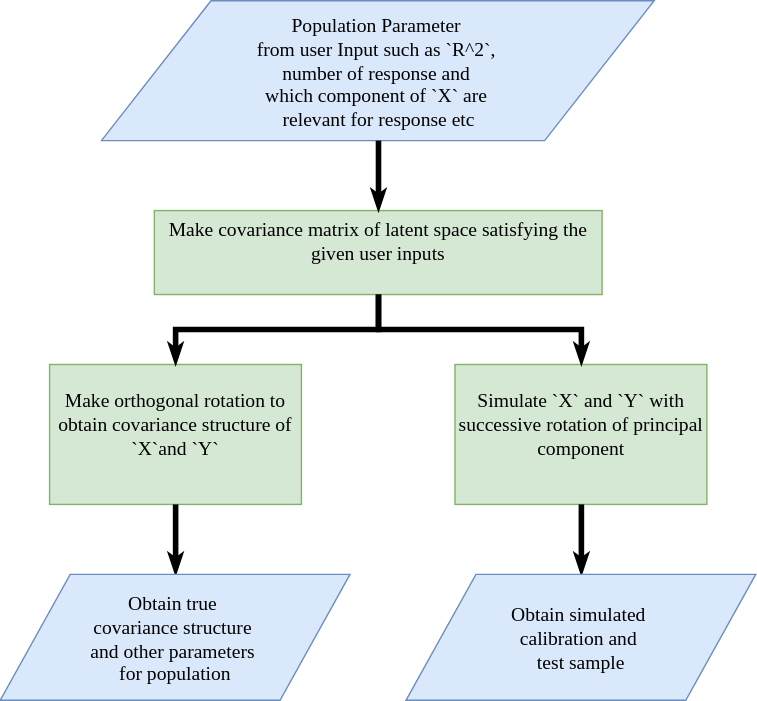
This is images/simrel-broad-flowchart.svg from Mathatistics/nsm-17, a draw.io export, as it was before one commit. Source tidied: cells renumbered, new cells last; positions are measured from the earlier drawing's top-left corner, leaving out a move shared by most shapes.
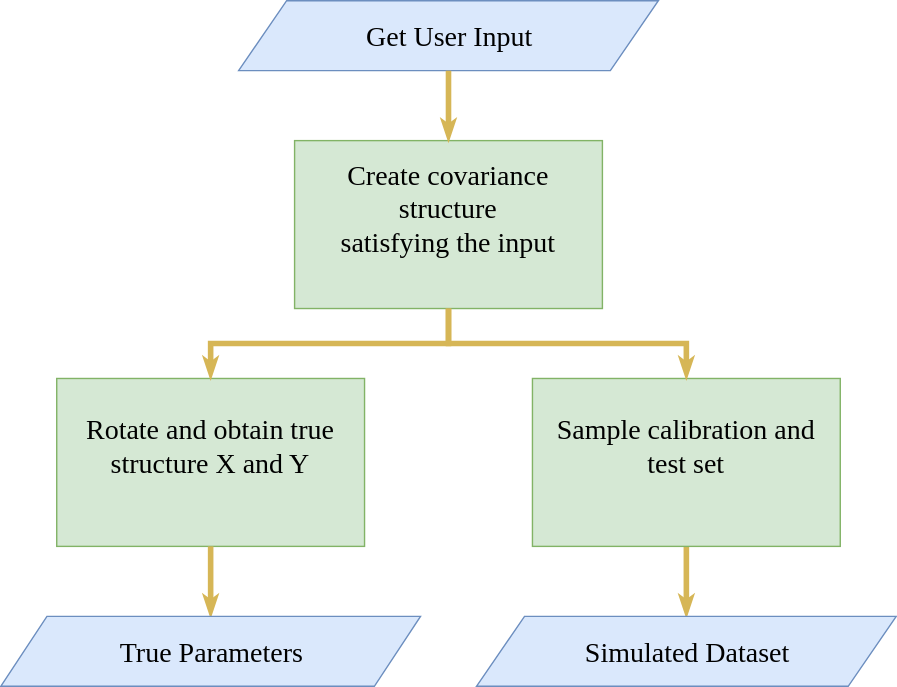
Later version of the same file.

Diff of the diagram source:
```diff
@@ -1,39 +1,39 @@
-<mxGraphModel math="1">
+<mxGraphModel>
   <root>
     <mxCell id="0" />
     <mxCell id="1" parent="0" />
-    <mxCell id="2" value="Population Parameter &#10;from user Input such as `R^2`, &#10;number of response and &#10;which component of `X` are &#10;relevant for response etc" style="shape=parallelogram;whiteSpace=wrap;rounded=0;shadow=0;glass=0;comic=0;labelBackgroundColor=none;strokeColor=#6c8ebf;fillColor=#dae8fc;fontFamily=Lucida Console;fontSize=14;fontColor=#000000;align=center;verticalAlign=middle;size=0.19816331595929523;" parent="1" vertex="1">
-      <mxGeometry x="72" width="395" height="100" as="geometry" />
-    </mxCell>
-    <mxCell id="3" value="Make covariance matrix of latent space satisfying the given user inputs" style="whiteSpace=wrap;html=1;rounded=0;shadow=0;glass=0;comic=0;labelBackgroundColor=none;strokeColor=#82b366;fillColor=#d5e8d4;fontFamily=Lucida Console;fontSize=14;fontColor=#000000;align=center;" parent="1" vertex="1">
-      <mxGeometry x="109.8" y="150" width="320" height="60" as="geometry" />
-    </mxCell>
-    <mxCell id="4" value="Make orthogonal rotation to obtain covariance structure of `X`and `Y`" style="whiteSpace=wrap;html=1;rounded=0;shadow=0;glass=0;comic=0;labelBackgroundColor=none;strokeColor=#82b366;fillColor=#d5e8d4;fontFamily=Lucida Console;fontSize=14;fontColor=#000000;align=center;" parent="1" vertex="1">
-      <mxGeometry x="34.9" y="260" width="180" height="100" as="geometry" />
-    </mxCell>
-    <mxCell id="5" value="Simulate `X` and `Y` with successive rotation of principal component" style="whiteSpace=wrap;html=1;rounded=0;shadow=0;glass=0;comic=0;labelBackgroundColor=none;strokeColor=#82b366;fillColor=#d5e8d4;fontFamily=Lucida Console;fontSize=14;fontColor=#000000;align=center;" parent="1" vertex="1">
-      <mxGeometry x="324.7" y="260" width="180" height="100" as="geometry" />
-    </mxCell>
-    <mxCell id="6" style="edgeStyle=orthogonalEdgeStyle;rounded=0;comic=0;html=1;entryX=0.5;entryY=0;startSize=3;endArrow=classicThin;endFill=1;endSize=3;jettySize=auto;strokeColor=#000000;strokeWidth=4;fillColor=#A9C4EB;fontFamily=Lucida Console;fontSize=22;fontColor=#000000;" parent="1" edge="1" source="2" target="3">
-      <mxGeometry relative="1" as="geometry" />
-    </mxCell>
-    <mxCell id="7" style="edgeStyle=orthogonalEdgeStyle;rounded=0;comic=0;html=1;entryX=0.5;entryY=0;startSize=3;endArrow=classicThin;endFill=1;endSize=3;jettySize=auto;strokeColor=#000000;strokeWidth=4;fillColor=#A9C4EB;fontFamily=Lucida Console;fontSize=22;fontColor=#000000;" parent="1" edge="1" source="3" target="4">
-      <mxGeometry relative="1" as="geometry" />
-    </mxCell>
-    <mxCell id="8" style="edgeStyle=orthogonalEdgeStyle;rounded=0;comic=0;html=1;exitX=0.5;exitY=1;entryX=0.5;entryY=0;startSize=3;endArrow=classicThin;endFill=1;endSize=3;jettySize=auto;strokeColor=#000000;strokeWidth=4;fillColor=#A9C4EB;fontFamily=Lucida Console;fontSize=22;fontColor=#000000;" parent="1" edge="1" source="3" target="5">
-      <mxGeometry relative="1" as="geometry" />
-    </mxCell>
-    <mxCell id="9" style="edgeStyle=orthogonalEdgeStyle;rounded=0;comic=0;html=1;entryX=0.5;entryY=0;startSize=3;endArrow=classicThin;endFill=1;endSize=3;jettySize=auto;strokeColor=#000000;strokeWidth=4;fillColor=#A9C4EB;fontFamily=Lucida Console;fontSize=22;fontColor=#000000;" parent="1" edge="1" source="4" target="11">
-      <mxGeometry relative="1" as="geometry" />
-    </mxCell>
-    <mxCell id="10" style="edgeStyle=orthogonalEdgeStyle;rounded=0;comic=0;html=1;entryX=0.5;entryY=0;startSize=3;endArrow=classicThin;endFill=1;endSize=3;jettySize=auto;strokeColor=#000000;strokeWidth=4;fillColor=#A9C4EB;fontFamily=Lucida Console;fontSize=22;fontColor=#000000;" parent="1" edge="1" source="5" target="12">
-      <mxGeometry relative="1" as="geometry" />
-    </mxCell>
-    <mxCell id="11" value="Obtain&amp;nbsp;&lt;span&gt;true&amp;nbsp;&lt;/span&gt;&lt;div&gt;&lt;span&gt;covariance structure&amp;nbsp;&lt;/span&gt;&lt;/div&gt;&lt;div&gt;&lt;span&gt;and other parameters&amp;nbsp;&lt;/span&gt;&lt;/div&gt;&lt;div&gt;&lt;span&gt;for population&lt;/span&gt;&lt;/div&gt;" style="shape=parallelogram;whiteSpace=wrap;html=1;rounded=0;shadow=0;glass=0;comic=0;labelBackgroundColor=none;strokeColor=#6c8ebf;fillColor=#dae8fc;fontFamily=Lucida Console;fontSize=14;fontColor=#000000;align=center;" parent="1" vertex="1">
-      <mxGeometry x="-0.4" y="410" width="250" height="90" as="geometry" />
-    </mxCell>
-    <mxCell id="12" value="Obtain simulated&amp;nbsp;&lt;div&gt;calibration and&amp;nbsp;&lt;/div&gt;&lt;div&gt;test sample&lt;/div&gt;" style="shape=parallelogram;whiteSpace=wrap;html=1;rounded=0;shadow=0;glass=0;comic=0;labelBackgroundColor=none;strokeColor=#6c8ebf;fillColor=#dae8fc;fontFamily=Lucida Console;fontSize=14;fontColor=#000000;align=center;" parent="1" vertex="1">
-      <mxGeometry x="289.6" y="410" width="250" height="90" as="geometry" />
-    </mxCell>
+    <mxCell id="13" value="Get User Input" style="shape=parallelogram;whiteSpace=wrap;rounded=0;shadow=0;glass=0;comic=0;labelBackgroundColor=none;strokeColor=#6c8ebf;fillColor=#dae8fc;fontFamily=Lucida Console;fontSize=20;fontColor=#000000;align=center;verticalAlign=middle;size=0.11444444444444445;" parent="1" vertex="1">
+      <mxGeometry x="137" y="44" width="300" height="50" as="geometry" />
+    </mxCell>
+    <mxCell id="14" value="Create covariance structure&lt;br&gt;satisfying the input" style="whiteSpace=wrap;html=1;rounded=0;shadow=0;glass=0;comic=0;labelBackgroundColor=none;strokeColor=#82b366;fillColor=#d5e8d4;fontFamily=Lucida Console;fontSize=20;fontColor=#000000;align=center;" parent="1" vertex="1">
+      <mxGeometry x="177" y="144" width="220" height="120" as="geometry" />
+    </mxCell>
+    <mxCell id="15" value="Rotate and obtain true structure X and Y" style="whiteSpace=wrap;html=1;rounded=0;shadow=0;glass=0;comic=0;labelBackgroundColor=none;strokeColor=#82b366;fillColor=#d5e8d4;fontFamily=Lucida Console;fontSize=20;fontColor=#000000;align=center;" parent="1" vertex="1">
+      <mxGeometry x="7" y="314" width="220" height="120" as="geometry" />
+    </mxCell>
+    <mxCell id="16" style="edgeStyle=orthogonalEdgeStyle;rounded=0;html=1;entryX=0.5;entryY=0;jettySize=auto;fontFamily=Lucida Console;fontSize=20;strokeColor=#d6b656;strokeWidth=4;fillColor=#fff2cc;endFill=1;endArrow=classicThin;endSize=3;startSize=3;" parent="1" edge="1" source="17" target="23">
+      <mxGeometry x="585" y="694" as="geometry" />
+    </mxCell>
+    <mxCell id="17" value="Sample calibration and test set" style="whiteSpace=wrap;html=1;rounded=0;shadow=0;glass=0;comic=0;labelBackgroundColor=none;strokeColor=#82b366;fillColor=#d5e8d4;fontFamily=Lucida Console;fontSize=20;fontColor=#000000;align=center;" parent="1" vertex="1">
+      <mxGeometry x="347" y="314" width="220" height="120" as="geometry" />
+    </mxCell>
+    <mxCell id="18" style="edgeStyle=orthogonalEdgeStyle;rounded=0;comic=0;html=1;entryX=0.5;entryY=0;startSize=3;endArrow=classicThin;endFill=1;endSize=3;jettySize=auto;strokeColor=#d6b656;strokeWidth=4;fillColor=#fff2cc;fontFamily=Lucida Console;fontSize=20;fontColor=#000000;" parent="1" edge="1" source="13" target="14">
+      <mxGeometry x="398" y="360" as="geometry" />
+    </mxCell>
+    <mxCell id="19" style="edgeStyle=orthogonalEdgeStyle;rounded=0;comic=0;html=1;entryX=0.5;entryY=0;startSize=3;endArrow=classicThin;endFill=1;endSize=3;jettySize=auto;strokeColor=#d6b656;strokeWidth=4;fillColor=#fff2cc;fontFamily=Lucida Console;fontSize=20;fontColor=#000000;" parent="1" edge="1" source="14" target="15">
+      <mxGeometry x="253" y="470" as="geometry" />
+    </mxCell>
+    <mxCell id="20" style="edgeStyle=orthogonalEdgeStyle;rounded=0;comic=0;html=1;exitX=0.5;exitY=1;entryX=0.5;entryY=0;startSize=3;endArrow=classicThin;endFill=1;endSize=3;jettySize=auto;strokeColor=#d6b656;strokeWidth=4;fillColor=#fff2cc;fontFamily=Lucida Console;fontSize=20;fontColor=#000000;" parent="1" edge="1" source="14" target="17">
+      <mxGeometry x="398" y="470" as="geometry" />
+    </mxCell>
+    <mxCell id="21" style="edgeStyle=orthogonalEdgeStyle;rounded=0;comic=0;html=1;entryX=0.5;entryY=0;startSize=3;endArrow=classicThin;endFill=1;endSize=3;jettySize=auto;strokeColor=#d6b656;strokeWidth=4;fillColor=#fff2cc;fontFamily=Lucida Console;fontSize=20;fontColor=#000000;" parent="1" edge="1" source="15" target="22">
+      <mxGeometry x="253" y="620" as="geometry" />
+    </mxCell>
+    <mxCell id="22" value="True Parameters" style="shape=parallelogram;whiteSpace=wrap;html=1;rounded=0;shadow=0;glass=0;comic=0;labelBackgroundColor=none;strokeColor=#6c8ebf;fillColor=#dae8fc;fontFamily=Lucida Console;fontSize=20;fontColor=#000000;align=center;size=0.11;" parent="1" vertex="1">
+      <mxGeometry x="-33" y="484" width="300" height="50" as="geometry" />
+    </mxCell>
+    <mxCell id="23" value="Simulated Dataset" style="shape=parallelogram;whiteSpace=wrap;html=1;rounded=0;shadow=0;glass=0;comic=0;labelBackgroundColor=none;strokeColor=#6c8ebf;fillColor=#dae8fc;fontFamily=Lucida Console;fontSize=20;fontColor=#000000;align=center;size=0.11444444444444445;" parent="1" vertex="1">
+      <mxGeometry x="307" y="484" width="300" height="50" as="geometry" />
+    </mxCell>
   </root>
 </mxGraphModel>
```
